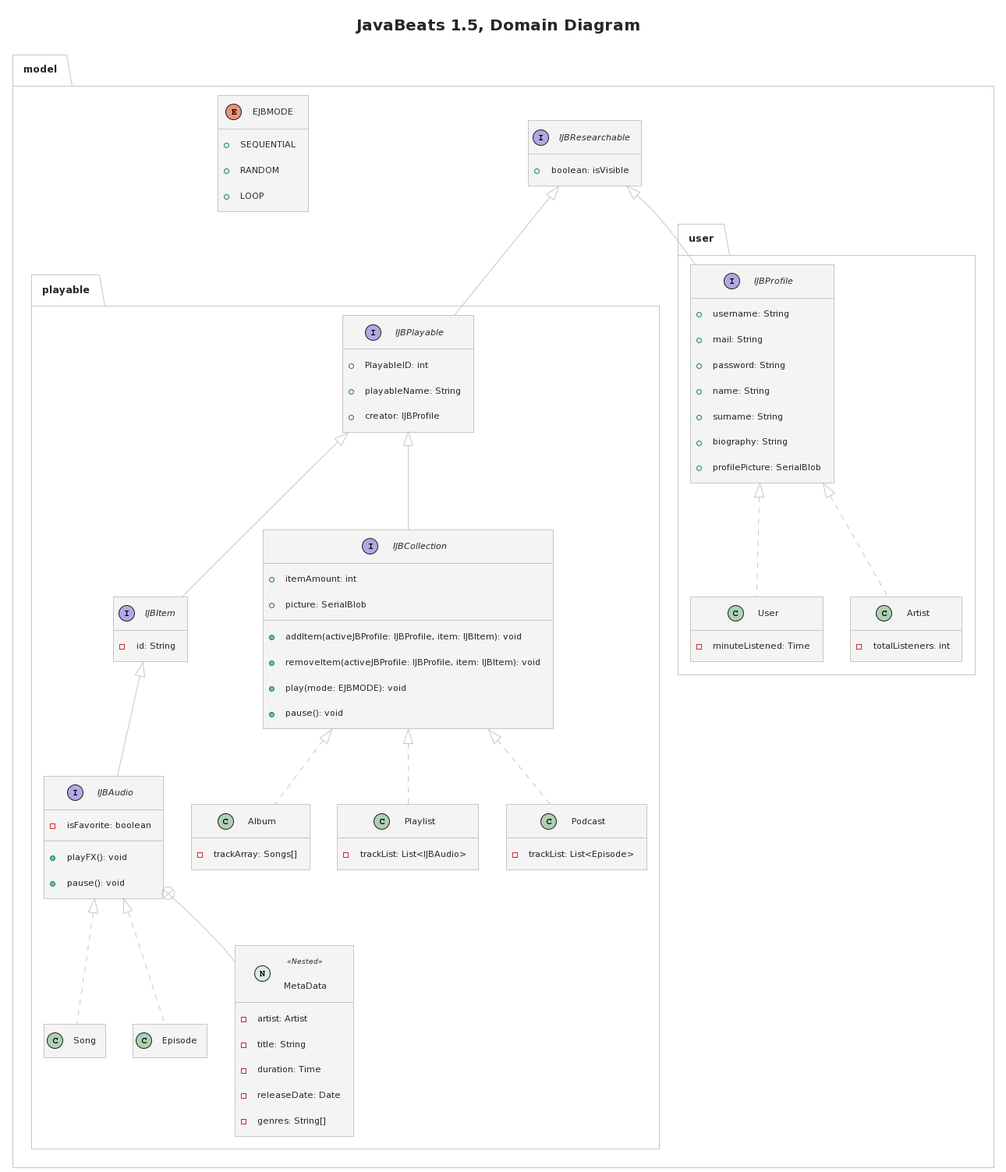
This is doc/UML/UML.png from IngSW-unipv/Progetto-B24, a PlantUML export, as it was before one commit.
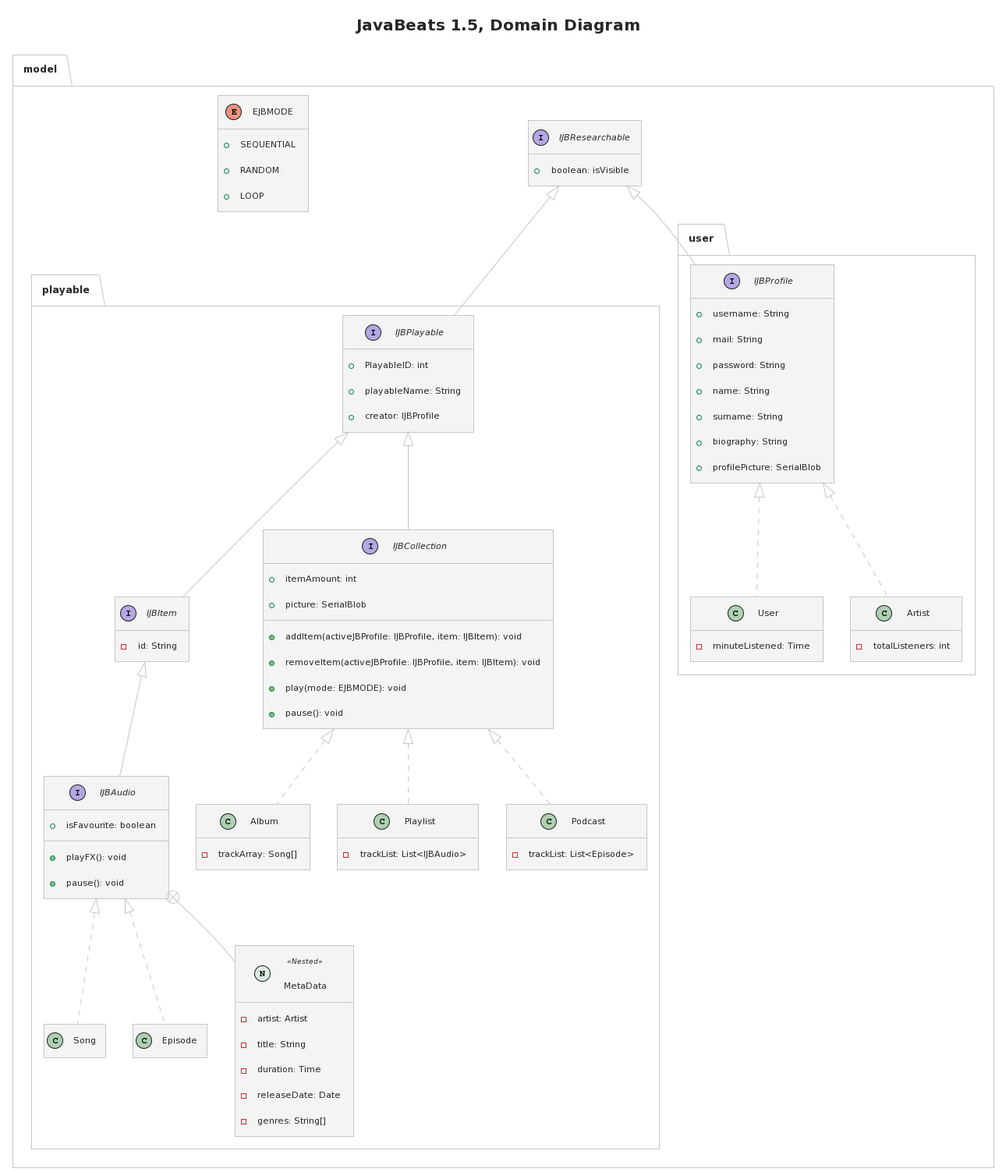
The same diagram one commit later.

Change to the diagram source:
```diff
@@ -32,7 +32,7 @@
     }
 
     interface IJBAudio extends IJBItem{
-      - isFavorite: boolean
+      + isFavourite: boolean
       + playFX(): void
       + pause(): void
     }
@@ -64,7 +64,7 @@
     }
 
     class Album implements IJBCollection{
-      - trackArray: Songs[]
+      - trackArray: Song[]
     }
 
     class Playlist implements IJBCollection{
```
